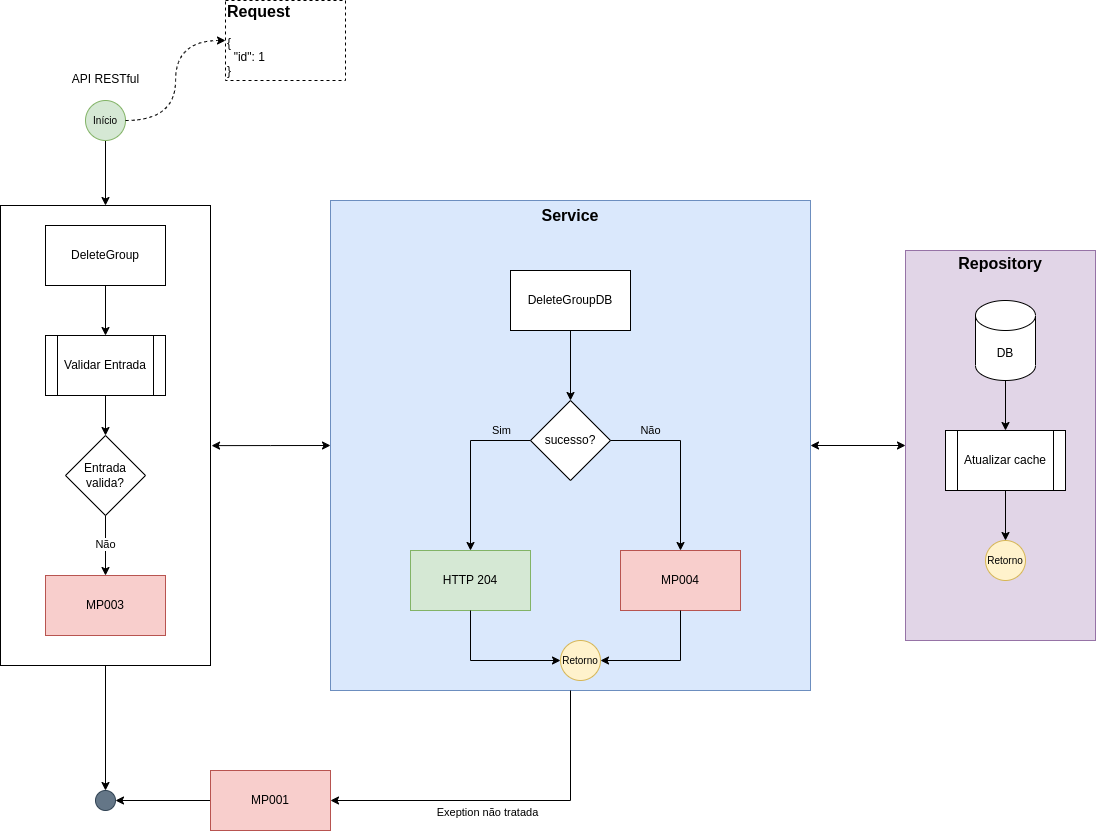
Before: MP_estrutura_grupos_ramos-API-DeleteGroup-Fluxogram.drawio.png, a diagram exported from draw.io (eduardohv-ciandt/vsminhasprotecoes). Source tidied: cells renumbered, new cells last; positions are measured from the earlier drawing's top-left corner, leaving out a move shared by most shapes. Its diagram source:
```xml
<mxGraphModel>
  <root>
    <mxCell id="0" />
    <mxCell id="1" parent="0" />
    <mxCell id="2" style="edgeStyle=orthogonalEdgeStyle;rounded=0;jettySize=auto;html=1;labelBackgroundColor=none;fontSize=16;" parent="1" edge="1" source="28" target="4">
      <mxGeometry relative="1" as="geometry" />
    </mxCell>
    <mxCell id="3" style="edgeStyle=orthogonalEdgeStyle;rounded=0;jettySize=auto;html=1;entryX=0;entryY=0.5;entryDx=0;entryDy=0;labelBackgroundColor=none;fontSize=16;startArrow=classic;startFill=1;" parent="1" edge="1" source="15" target="8">
      <mxGeometry relative="1" as="geometry" />
    </mxCell>
    <mxCell id="4" style="ellipse;whiteSpace=wrap;html=1;fillColor=#647687;strokeColor=#314354;fontSize=10;fontColor=#ffffff;" parent="1" vertex="1">
      <mxGeometry x="95" y="790" width="20" height="20" as="geometry" />
    </mxCell>
    <mxCell id="5" style="edgeStyle=orthogonalEdgeStyle;rounded=0;jettySize=auto;html=1;fontSize=10;entryX=0.5;entryY=0;entryDx=0;entryDy=0;" parent="1" edge="1" target="28">
      <mxGeometry relative="1" as="geometry">
        <mxPoint x="105" y="140" as="sourcePoint" />
      </mxGeometry>
    </mxCell>
    <mxCell id="6" style="edgeStyle=orthogonalEdgeStyle;rounded=0;jettySize=auto;html=1;entryX=1;entryY=0.5;entryDx=0;entryDy=0;labelBackgroundColor=none;fontSize=16;" parent="1" edge="1" source="7" target="4">
      <mxGeometry relative="1" as="geometry" />
    </mxCell>
    <mxCell id="7" value="MP001" style="rounded=0;whiteSpace=wrap;html=1;fillColor=#f8cecc;strokeColor=#b85450;" parent="1" vertex="1">
      <mxGeometry x="210" y="770" width="120" height="60" as="geometry" />
    </mxCell>
    <mxCell id="8" value="&lt;b&gt;&lt;font style=&quot;font-size: 16px;&quot;&gt;Repository&lt;br&gt;&lt;br&gt;&lt;br&gt;&lt;br&gt;&lt;br&gt;&lt;br&gt;&lt;br&gt;&lt;br&gt;&lt;br&gt;&lt;br&gt;&lt;br&gt;&lt;br&gt;&lt;br&gt;&lt;br&gt;&lt;br&gt;&lt;br&gt;&lt;br&gt;&lt;br&gt;&lt;br&gt;&lt;br&gt;&lt;/font&gt;&lt;/b&gt;" style="rounded=0;whiteSpace=wrap;html=1;fillColor=#e1d5e7;strokeColor=#9673a6;" parent="1" vertex="1">
      <mxGeometry x="905" y="250" width="190" height="390" as="geometry" />
    </mxCell>
    <mxCell id="9" value="DB" style="shape=cylinder3;whiteSpace=wrap;html=1;boundedLbl=1;backgroundOutline=1;size=15;" parent="1" vertex="1">
      <mxGeometry x="975" y="300" width="60" height="80" as="geometry" />
    </mxCell>
    <mxCell id="10" value="Atualizar cache" style="shape=process;whiteSpace=wrap;html=1;backgroundOutline=1;" parent="1" vertex="1">
      <mxGeometry x="945" y="430" width="120" height="60" as="geometry" />
    </mxCell>
    <mxCell id="11" style="edgeStyle=orthogonalEdgeStyle;rounded=0;jettySize=auto;html=1;entryX=0.5;entryY=0;entryDx=0;entryDy=0;exitX=0.5;exitY=1;exitDx=0;exitDy=0;exitPerimeter=0;" parent="1" edge="1" source="9" target="10">
      <mxGeometry relative="1" as="geometry" />
    </mxCell>
    <mxCell id="12" value="Retorno" style="ellipse;whiteSpace=wrap;html=1;fillColor=#fff2cc;strokeColor=#d6b656;fontSize=10;" parent="1" vertex="1">
      <mxGeometry x="985" y="540" width="40" height="40" as="geometry" />
    </mxCell>
    <mxCell id="13" style="edgeStyle=orthogonalEdgeStyle;rounded=0;jettySize=auto;html=1;entryX=0.5;entryY=0;entryDx=0;entryDy=0;exitX=0.5;exitY=1;exitDx=0;exitDy=0;" parent="1" edge="1" source="10" target="12">
      <mxGeometry relative="1" as="geometry" />
    </mxCell>
    <mxCell id="14" style="group;" parent="1" vertex="1">
      <mxGeometry x="330" y="200" width="480" height="490" as="geometry" />
    </mxCell>
    <mxCell id="15" value="&lt;b&gt;&lt;font style=&quot;font-size: 16px;&quot;&gt;Service&lt;br&gt;&lt;br&gt;&lt;br&gt;&lt;br&gt;&lt;br&gt;&lt;br&gt;&lt;br&gt;&lt;br&gt;&lt;br&gt;&lt;br&gt;&lt;br&gt;&lt;br&gt;&lt;br&gt;&lt;br&gt;&lt;br&gt;&lt;br&gt;&lt;br&gt;&lt;br&gt;&lt;br&gt;&lt;br&gt;&lt;br&gt;&lt;br&gt;&lt;br&gt;&lt;br&gt;&lt;br&gt;&lt;/font&gt;&lt;/b&gt;" style="rounded=0;whiteSpace=wrap;html=1;fillColor=#dae8fc;strokeColor=#6c8ebf;" parent="14" vertex="1">
      <mxGeometry width="480" height="490" as="geometry" />
    </mxCell>
    <mxCell id="16" value="DeleteGroupDB" style="rounded=0;whiteSpace=wrap;html=1;" parent="14" vertex="1">
      <mxGeometry x="180" y="70" width="120" height="60" as="geometry" />
    </mxCell>
    <mxCell id="17" value="sucesso?" style="rhombus;whiteSpace=wrap;html=1;" parent="14" vertex="1">
      <mxGeometry x="200" y="200" width="80" height="80" as="geometry" />
    </mxCell>
    <mxCell id="18" style="edgeStyle=orthogonalEdgeStyle;rounded=0;jettySize=auto;html=1;labelBackgroundColor=none;fontSize=16;entryX=0.5;entryY=0;entryDx=0;entryDy=0;exitX=0.5;exitY=1;exitDx=0;exitDy=0;" parent="14" edge="1" source="16" target="17">
      <mxGeometry relative="1" as="geometry" />
    </mxCell>
    <mxCell id="19" value="MP004" style="rounded=0;whiteSpace=wrap;html=1;fillColor=#f8cecc;strokeColor=#b85450;" parent="14" vertex="1">
      <mxGeometry x="290" y="350" width="120" height="60" as="geometry" />
    </mxCell>
    <mxCell id="20" value="Não" style="edgeStyle=orthogonalEdgeStyle;rounded=0;jettySize=auto;html=1;entryX=0.5;entryY=0;entryDx=0;entryDy=0;labelBackgroundColor=none;" parent="14" edge="1" source="17" target="19">
      <mxGeometry x="-0.56" y="10" relative="1" as="geometry" />
    </mxCell>
    <mxCell id="21" value="HTTP 204" style="rounded=0;whiteSpace=wrap;html=1;fillColor=#d5e8d4;strokeColor=#82b366;" parent="14" vertex="1">
      <mxGeometry x="80" y="350" width="120" height="60" as="geometry" />
    </mxCell>
    <mxCell id="22" value="Sim" style="edgeStyle=orthogonalEdgeStyle;rounded=0;jettySize=auto;html=1;exitX=0;exitY=0.5;exitDx=0;exitDy=0;entryX=0.5;entryY=0;entryDx=0;entryDy=0;labelBackgroundColor=none;" parent="14" edge="1" source="17" target="21">
      <mxGeometry x="-0.65" y="-10" relative="1" as="geometry" />
    </mxCell>
    <mxCell id="23" value="Retorno" style="ellipse;whiteSpace=wrap;html=1;fillColor=#fff2cc;strokeColor=#d6b656;fontSize=10;" parent="14" vertex="1">
      <mxGeometry x="230" y="440" width="40" height="40" as="geometry" />
    </mxCell>
    <mxCell id="24" style="edgeStyle=orthogonalEdgeStyle;rounded=0;jettySize=auto;html=1;entryX=1;entryY=0.5;entryDx=0;entryDy=0;labelBackgroundColor=none;fontSize=16;exitX=0.5;exitY=1;exitDx=0;exitDy=0;" parent="14" edge="1" source="19" target="23">
      <mxGeometry relative="1" as="geometry" />
    </mxCell>
    <mxCell id="25" style="edgeStyle=orthogonalEdgeStyle;rounded=0;jettySize=auto;html=1;entryX=0;entryY=0.5;entryDx=0;entryDy=0;labelBackgroundColor=none;fontSize=16;exitX=0.5;exitY=1;exitDx=0;exitDy=0;" parent="14" edge="1" source="21" target="23">
      <mxGeometry relative="1" as="geometry" />
    </mxCell>
    <mxCell id="26" value="&lt;font style=&quot;font-size: 11px;&quot;&gt;Exeption não tratada&lt;/font&gt;" style="edgeStyle=orthogonalEdgeStyle;rounded=0;jettySize=auto;html=1;entryX=1;entryY=0.5;entryDx=0;entryDy=0;labelBackgroundColor=none;fontSize=16;exitX=0.5;exitY=1;exitDx=0;exitDy=0;" parent="1" edge="1" source="15" target="7">
      <mxGeometry x="0.1" y="10" relative="1" as="geometry" />
    </mxCell>
    <mxCell id="27" style="group;" parent="1" vertex="1">
      <mxGeometry y="205" width="210" height="460" as="geometry" />
    </mxCell>
    <mxCell id="28" style="rounded=0;whiteSpace=wrap;html=1;fontSize=16;" parent="27" vertex="1">
      <mxGeometry width="210" height="460" as="geometry" />
    </mxCell>
    <mxCell id="29" value="DeleteGroup" style="rounded=0;whiteSpace=wrap;html=1;" parent="27" vertex="1">
      <mxGeometry x="45" y="20" width="120" height="60" as="geometry" />
    </mxCell>
    <mxCell id="30" value="Validar Entrada" style="shape=process;whiteSpace=wrap;html=1;backgroundOutline=1;" parent="27" vertex="1">
      <mxGeometry x="45" y="130" width="120" height="60" as="geometry" />
    </mxCell>
    <mxCell id="31" style="edgeStyle=orthogonalEdgeStyle;rounded=0;jettySize=auto;html=1;" parent="27" edge="1" source="29" target="30">
      <mxGeometry relative="1" as="geometry" />
    </mxCell>
    <mxCell id="32" value="Entrada&lt;br&gt;valida?" style="rhombus;whiteSpace=wrap;html=1;" parent="27" vertex="1">
      <mxGeometry x="65" y="230" width="80" height="80" as="geometry" />
    </mxCell>
    <mxCell id="33" style="edgeStyle=orthogonalEdgeStyle;rounded=0;jettySize=auto;html=1;" parent="27" edge="1" source="30" target="32">
      <mxGeometry relative="1" as="geometry" />
    </mxCell>
    <mxCell id="34" value="MP003" style="rounded=0;whiteSpace=wrap;html=1;fillColor=#f8cecc;strokeColor=#b85450;" parent="27" vertex="1">
      <mxGeometry x="45" y="370" width="120" height="60" as="geometry" />
    </mxCell>
    <mxCell id="35" value="Não" style="edgeStyle=orthogonalEdgeStyle;rounded=0;jettySize=auto;html=1;exitX=0.5;exitY=1;exitDx=0;exitDy=0;entryX=0.5;entryY=0;entryDx=0;entryDy=0;" parent="27" edge="1" source="32" target="34">
      <mxGeometry relative="1" as="geometry" />
    </mxCell>
    <mxCell id="36" style="edgeStyle=orthogonalEdgeStyle;rounded=0;jettySize=auto;html=1;entryX=0;entryY=0.5;entryDx=0;entryDy=0;labelBackgroundColor=none;fontSize=11;startArrow=classic;startFill=1;exitX=1.005;exitY=0.522;exitDx=0;exitDy=0;exitPerimeter=0;" parent="1" edge="1" source="28" target="15">
      <mxGeometry relative="1" as="geometry" />
    </mxCell>
    <mxCell id="37" value="Início" style="ellipse;whiteSpace=wrap;html=1;fillColor=#d5e8d4;strokeColor=#82b366;fontSize=10;" parent="1" vertex="1">
      <mxGeometry x="85" y="100" width="40" height="40" as="geometry" />
    </mxCell>
    <mxCell id="38" value="&lt;span style=&quot;font-size: 12px; font-weight: 400; text-align: left;&quot;&gt;API RESTful&lt;/span&gt;" style="text;strokeColor=none;fillColor=none;html=1;fontSize=24;fontStyle=1;verticalAlign=middle;align=center;" parent="1" vertex="1">
      <mxGeometry x="67.5" y="60" width="75" height="30" as="geometry" />
    </mxCell>
    <mxCell id="39" value="&lt;div style=&quot;&quot;&gt;&lt;div style=&quot;border-color: var(--border-color);&quot;&gt;&lt;b style=&quot;border-color: var(--border-color);&quot;&gt;Request&lt;/b&gt;&lt;/div&gt;&lt;div style=&quot;border-color: var(--border-color); font-size: 12px;&quot;&gt;&lt;font style=&quot;border-color: var(--border-color);&quot;&gt;&lt;br style=&quot;border-color: var(--border-color);&quot;&gt;&lt;/font&gt;&lt;/div&gt;&lt;div style=&quot;border-color: var(--border-color); font-size: 12px;&quot;&gt;&lt;div style=&quot;border-color: var(--border-color);&quot;&gt;&lt;div style=&quot;border-color: var(--border-color);&quot;&gt;&lt;div style=&quot;border-color: var(--border-color);&quot;&gt;&lt;div style=&quot;border-color: var(--border-color);&quot;&gt;&lt;font style=&quot;border-color: var(--border-color);&quot;&gt;{&lt;/font&gt;&lt;/div&gt;&lt;div style=&quot;border-color: var(--border-color);&quot;&gt;&lt;font style=&quot;border-color: var(--border-color);&quot;&gt;&amp;nbsp; &quot;id&quot;: 1&lt;/font&gt;&lt;/div&gt;&lt;div style=&quot;border-color: var(--border-color);&quot;&gt;&lt;font style=&quot;border-color: var(--border-color);&quot;&gt;}&lt;/font&gt;&lt;/div&gt;&lt;/div&gt;&lt;/div&gt;&lt;/div&gt;&lt;/div&gt;&lt;/div&gt;" style="rounded=0;whiteSpace=wrap;html=1;fontSize=16;labelBackgroundColor=none;align=left;dashed=1;spacing=2;" parent="1" vertex="1">
      <mxGeometry x="225" width="120" height="80" as="geometry" />
    </mxCell>
    <mxCell id="40" style="edgeStyle=orthogonalEdgeStyle;rounded=0;jettySize=auto;html=1;entryX=0;entryY=0.5;entryDx=0;entryDy=0;dashed=1;exitX=1;exitY=0.5;exitDx=0;exitDy=0;curved=1;" parent="1" edge="1" source="37" target="39">
      <mxGeometry relative="1" as="geometry" />
    </mxCell>
  </root>
</mxGraphModel>
```
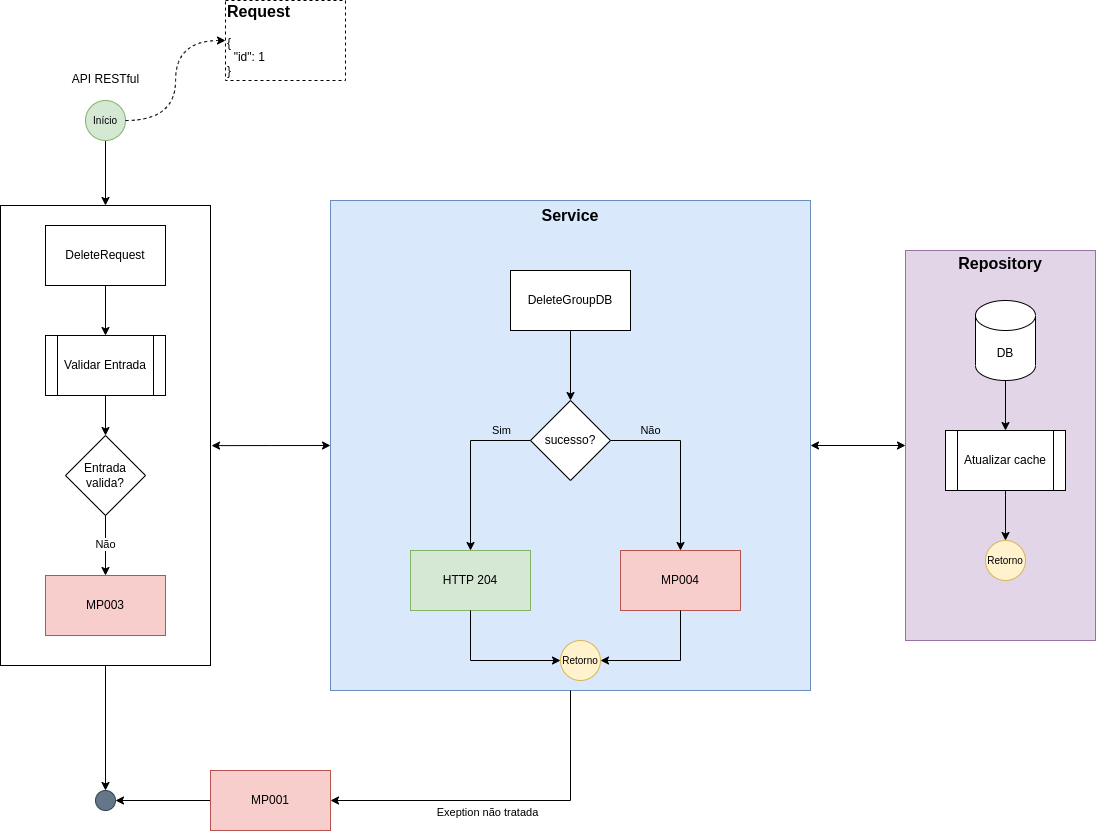
The same file after the commit.

The edit, as a diff of the source:
```diff
@@ -85,7 +85,7 @@
     <mxCell id="28" style="rounded=0;whiteSpace=wrap;html=1;fontSize=16;" parent="27" vertex="1">
       <mxGeometry width="210" height="460" as="geometry" />
     </mxCell>
-    <mxCell id="29" value="DeleteGroup" style="rounded=0;whiteSpace=wrap;html=1;" parent="27" vertex="1">
+    <mxCell id="29" value="DeleteRequest" style="rounded=0;whiteSpace=wrap;html=1;" parent="27" vertex="1">
       <mxGeometry x="45" y="20" width="120" height="60" as="geometry" />
     </mxCell>
     <mxCell id="30" value="Validar Entrada" style="shape=process;whiteSpace=wrap;html=1;backgroundOutline=1;" parent="27" vertex="1">
```
